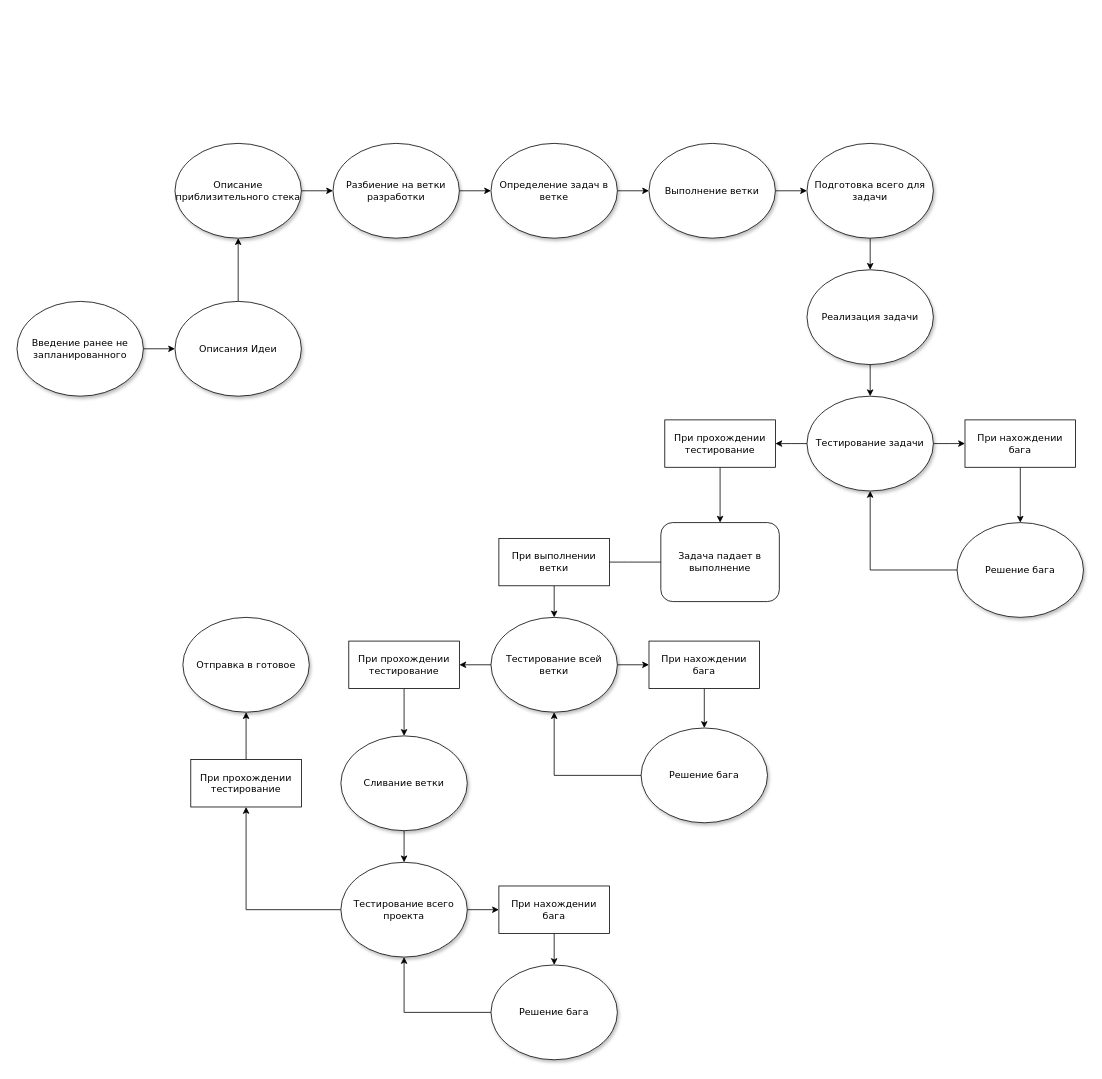
Earlier version of the draw.io diagram stages_development_progect.drawio (Grovox/pet_project_store). Source tidied: cells renumbered, new cells numbered last; positions are measured from the earlier drawing's top-left corner, leaving out a move shared by most shapes. Both pictures are drawn from the tidied source at 79%, with x=0, y=0 at pixel (17, 143).
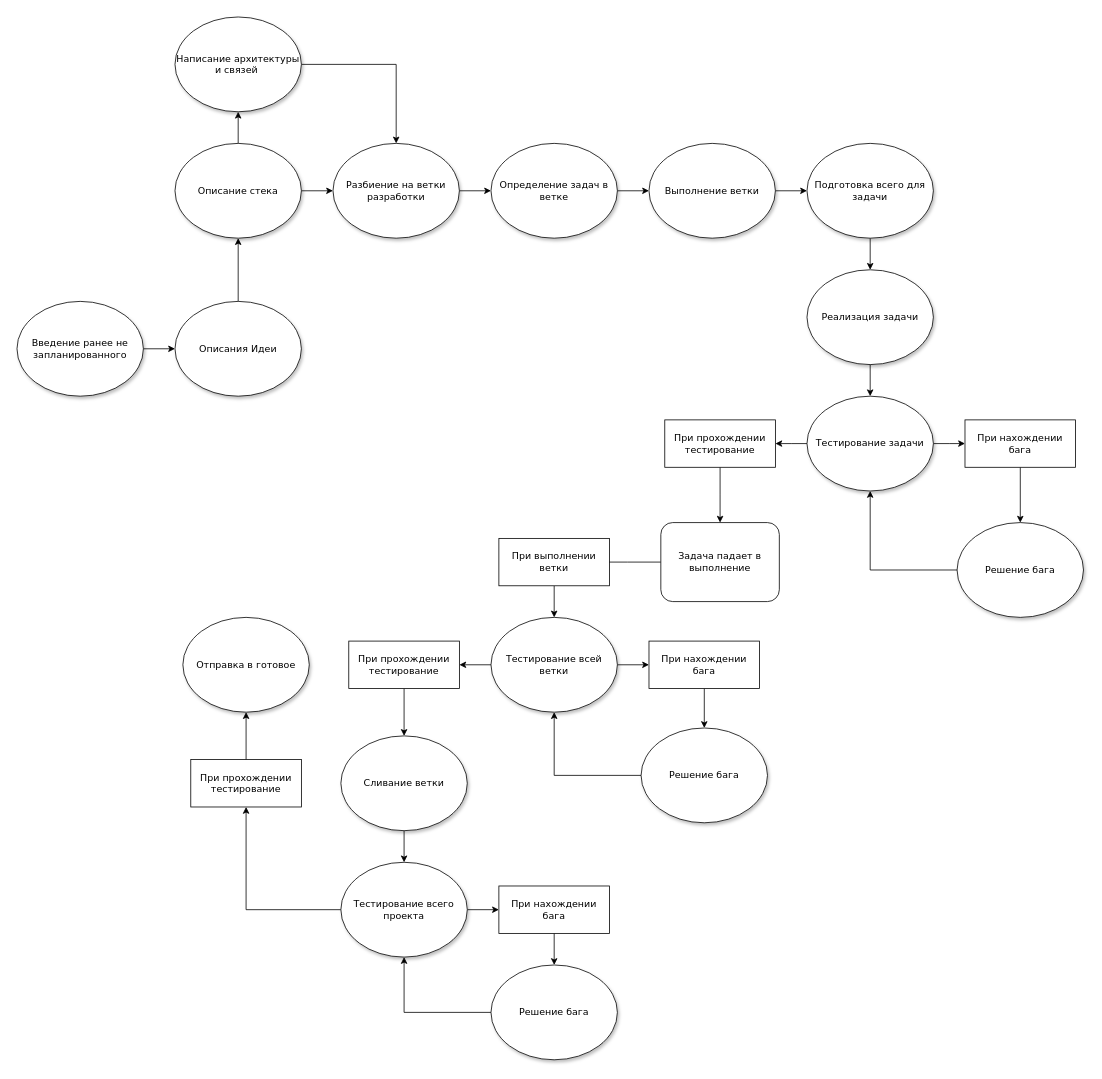
Above is the later version.

The change refers to these unchanged cells:
```xml
<mxCell id="11" value="Разбиение на ветки разработки" style="ellipse;whiteSpace=wrap;html=1;rounded=0;shadow=1;comic=0;labelBackgroundColor=none;strokeWidth=1;fontFamily=Verdana;fontSize=12;align=center;" parent="1" vertex="1">
  <mxGeometry x="400" width="160" height="120" as="geometry" />
</mxCell>
```

The edit, as a diff of the source:
```diff
@@
+    <mxCell id="52" style="edgeStyle=orthogonalEdgeStyle;rounded=0;jettySize=auto;html=1;" parent="1" edge="1" source="5" target="54">
+      <mxGeometry relative="1" as="geometry" />
+    </mxCell>
-    <mxCell id="5" value="Описание приблизительного стека" style="ellipse;whiteSpace=wrap;html=1;rounded=0;shadow=1;comic=0;labelBackgroundColor=none;strokeWidth=1;fontFamily=Verdana;fontSize=12;align=center;" parent="1" vertex="1">
+    <mxCell id="5" value="Описание стека" style="ellipse;whiteSpace=wrap;html=1;rounded=0;shadow=1;comic=0;labelBackgroundColor=none;strokeWidth=1;fontFamily=Verdana;fontSize=12;align=center;" parent="1" vertex="1">
       <mxGeometry x="200" width="160" height="120" as="geometry" />
     </mxCell>
@@
+    <mxCell id="53" style="edgeStyle=orthogonalEdgeStyle;rounded=0;jettySize=auto;html=1;" parent="1" edge="1" source="54" target="11">
+      <mxGeometry relative="1" as="geometry" />
+    </mxCell>
+    <mxCell id="54" value="Написание архитектуры&lt;div&gt;и связей&amp;nbsp;&lt;/div&gt;" style="ellipse;whiteSpace=wrap;html=1;rounded=0;shadow=1;comic=0;labelBackgroundColor=none;strokeWidth=1;fontFamily=Verdana;fontSize=12;align=center;" parent="1" vertex="1">
+      <mxGeometry x="200" y="-160" width="160" height="120" as="geometry" />
+    </mxCell>
```
